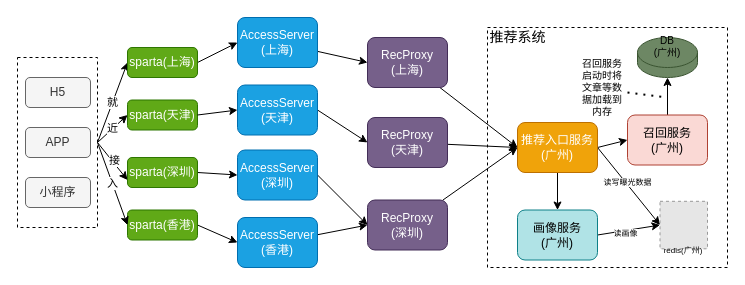
checkking/diagrams keeps this draw.io diagram as yidian_recom1.drawio. Above is the earlier version. Source tidied: cells renumbered, new cells numbered last; positions are measured from the earlier drawing's top-left corner, leaving out a move shared by most shapes. Both pictures are drawn from the tidied source at 100%, with x=0, y=0 at pixel (17, 17). Pictures stored in the file or linked from it are replaced by grey dashed boxes.
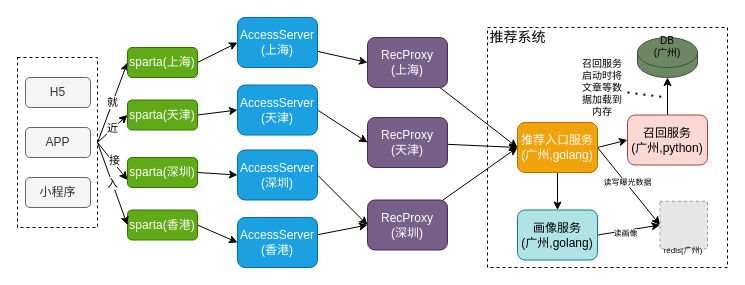
After the change.

Diff of the diagram source:
```diff
@@
-    <mxCell id="40" value="推荐入口服务&lt;br&gt;(广州)" style="rounded=1;whiteSpace=wrap;html=1;fillColor=#f0a30a;strokeColor=#BD7000;fontColor=#ffffff;" parent="1" vertex="1">
+    <mxCell id="40" value="推荐入口服务&lt;br&gt;(广州,golang)" style="rounded=1;whiteSpace=wrap;html=1;fillColor=#f0a30a;strokeColor=#BD7000;fontColor=#ffffff;" parent="1" vertex="1">
       <mxGeometry x="500" y="105" width="80" height="50" as="geometry" />
     </mxCell>
@@
-    <mxCell id="42" value="召回服务&lt;br&gt;(广州)" style="rounded=1;whiteSpace=wrap;html=1;fillColor=#fad9d5;strokeColor=#ae4132;" parent="1" vertex="1">
+    <mxCell id="42" value="召回服务&lt;br&gt;(广州,python)" style="rounded=1;whiteSpace=wrap;html=1;fillColor=#fad9d5;strokeColor=#ae4132;" parent="1" vertex="1">
       <mxGeometry x="610" y="97.5" width="80" height="50" as="geometry" />
     </mxCell>
@@
-    <mxCell id="46" value="画像服务&lt;br&gt;(广州)" style="rounded=1;whiteSpace=wrap;html=1;fillColor=#b0e3e6;strokeColor=#0e8088;" parent="1" vertex="1">
+    <mxCell id="46" value="画像服务&lt;br&gt;(广州,golang)" style="rounded=1;whiteSpace=wrap;html=1;fillColor=#b0e3e6;strokeColor=#0e8088;" parent="1" vertex="1">
       <mxGeometry x="500" y="192.5" width="80" height="50" as="geometry" />
     </mxCell>
```
